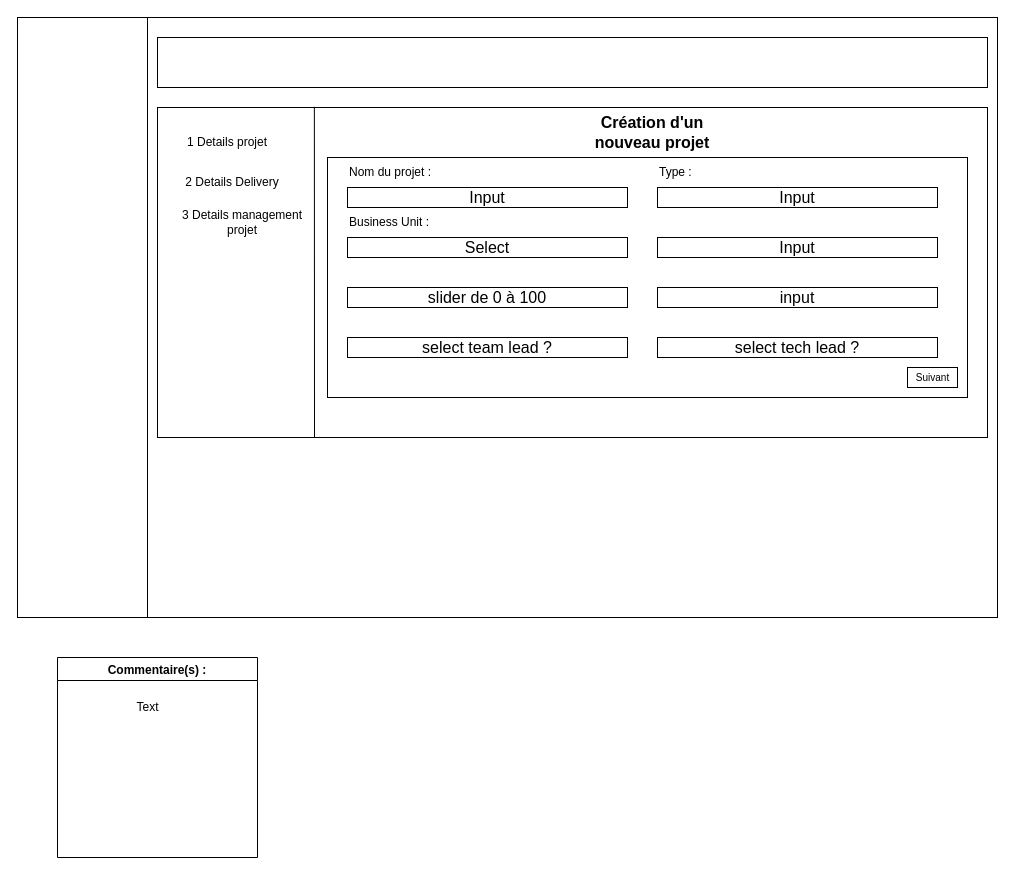
The draw.io diagram page "Ajout projet" (1 of 2) of Untitled Diagram.drawio in Xurama/Test, before the edit. Source tidied: cells renumbered, new cells numbered last; positions are measured from the earlier drawing's top-left corner, leaving out a move shared by most shapes. Both pictures are drawn from the tidied source at 100%, with x=0, y=0 at pixel (17, 17).
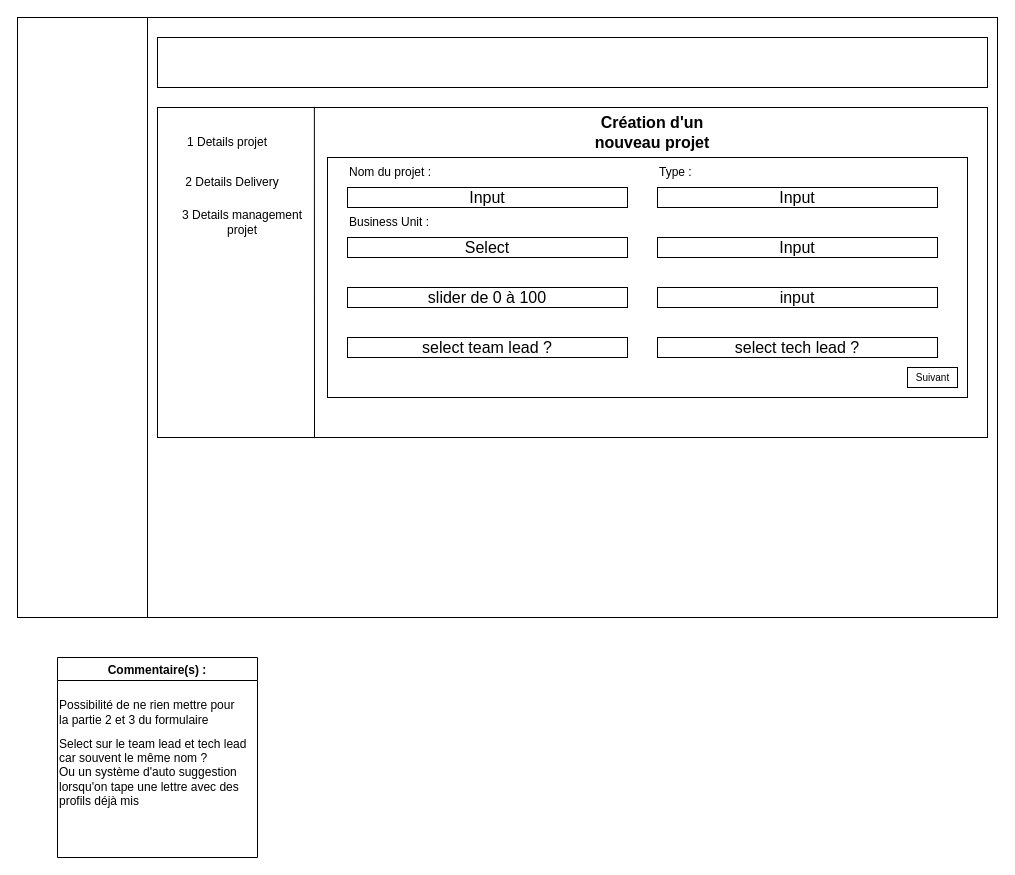
Above is the later version.

Commit message:
Page ajout projet terminé

Unchanged cells that the change refers to:
```xml
<mxCell id="25" value="Commentaire(s) :" style="swimlane;fontSize=12;" parent="1" vertex="1">
  <mxGeometry x="40" y="640" width="200" height="200" as="geometry" />
</mxCell>
```

Change to the diagram source:
```diff
@@
-    <mxCell id="26" value="Text" style="text;html=1;align=center;verticalAlign=middle;strokeColor=none;fillColor=none;fontSize=12;" parent="1" vertex="1">
-      <mxGeometry x="110" y="680" width="40" height="20" as="geometry" />
+    <mxCell id="26" value="Possibilité de ne rien mettre pour&lt;br&gt;la partie 2 et 3 du formulaire" style="text;html=1;align=left;verticalAlign=middle;strokeColor=none;fillColor=none;fontSize=12;" parent="25" vertex="1">
+      <mxGeometry y="40" width="190" height="30" as="geometry" />
     </mxCell>
+    <mxCell id="27" value="Select sur le team lead et tech lead car souvent le même nom ?&amp;nbsp;&lt;br&gt;Ou un système d'auto suggestion lorsqu'on tape une lettre avec des profils déjà mis" style="text;html=1;strokeColor=none;fillColor=none;align=left;verticalAlign=middle;whiteSpace=wrap;rounded=0;fontSize=12;" parent="25" vertex="1">
+      <mxGeometry y="100" width="200" height="30" as="geometry" />
+    </mxCell>
```
